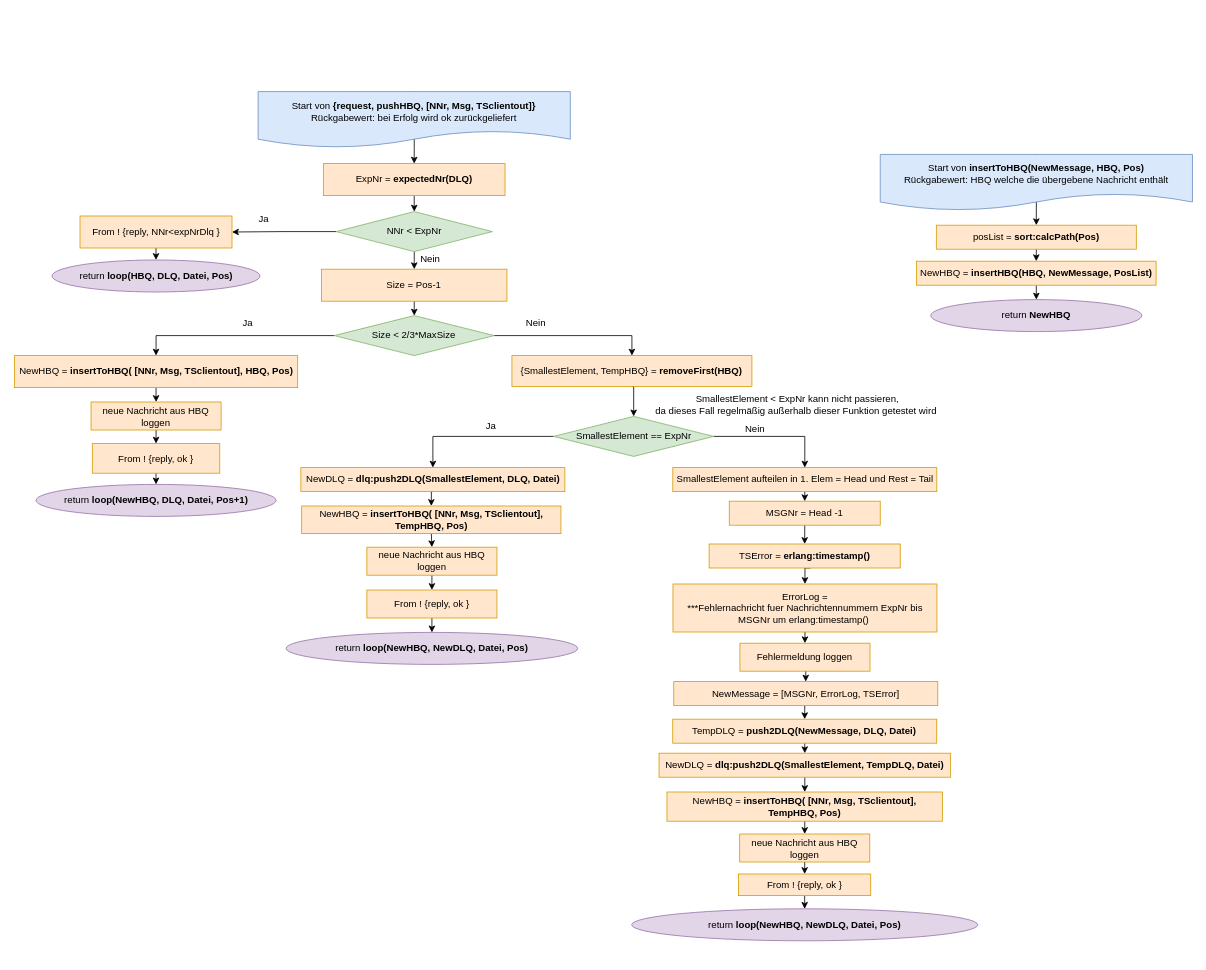
The draw.io diagram Grafiken:Bilder/draw.io/HBQ/2. pushHBQ.drawio in krisschaaf/Hausarbeit_Erlang_Queues, before the edit. Source tidied: cells renumbered, new cells numbered last; positions are measured from the earlier drawing's top-left corner, leaving out a move shared by most shapes. Both pictures are drawn from the tidied source at 80%, with x=0, y=0 at pixel (14, 91).
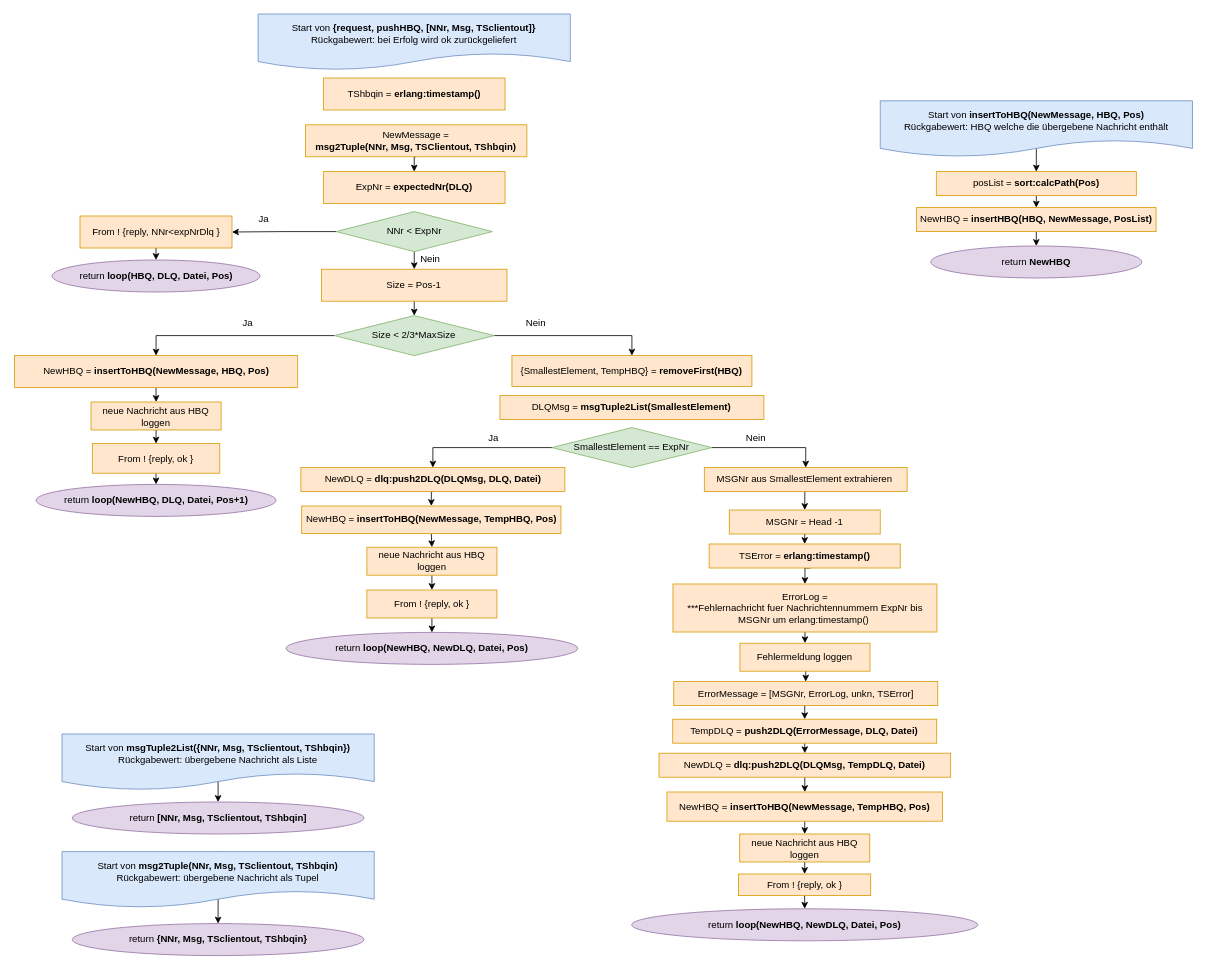
After the change.

The change refers to these unchanged cells:
```xml
<mxCell id="21" value="{SmallestElement, TempHBQ} = &lt;b&gt;removeFirst(HBQ)&lt;/b&gt;" style="rounded=0;whiteSpace=wrap;html=1;fillColor=#ffe6cc;strokeColor=#d79b00;" parent="1" vertex="1">
  <mxGeometry x="622.4" y="330" width="300" height="38.5" as="geometry" />
</mxCell>
<mxCell id="36" value="&lt;span style=&quot;font-weight: 400&quot;&gt;NNr &amp;lt; ExpNr&lt;/span&gt;" style="rhombus;whiteSpace=wrap;html=1;rounded=0;fillColor=#d5e8d4;strokeColor=#82b366;fontStyle=1;" parent="1" vertex="1">
  <mxGeometry x="402.7" y="150" width="195.2" height="50" as="geometry" />
</mxCell>
```

Diff of the diagram source:
```diff
@@
-    <mxCell id="2" style="edgeStyle=orthogonalEdgeStyle;rounded=0;jettySize=auto;html=1;exitX=0.5;exitY=0;exitDx=0;exitDy=0;entryX=0.5;entryY=0;entryDx=0;entryDy=0;" parent="1" edge="1" source="3" target="33">
-      <mxGeometry relative="1" as="geometry">
-        <Array as="points">
-          <mxPoint x="500" y="70" />
-          <mxPoint x="500" y="70" />
-        </Array>
-      </mxGeometry>
-    </mxCell>
     <mxCell id="3" value="Start von &lt;b&gt;{request,&amp;nbsp;pushHBQ, [NNr, Msg, TSclientout]}&lt;/b&gt;&lt;br&gt;Rückgabewert: bei Erfolg wird ok zurückgeliefert" style="shape=document;whiteSpace=wrap;html=1;boundedLbl=1;fillColor=#dae8fc;strokeColor=#6c8ebf;" parent="1" vertex="1">
-      <mxGeometry x="305.1" width="390.3" height="70" as="geometry" />
+      <mxGeometry x="305.1" y="-97" width="390.3" height="70" as="geometry" />
     </mxCell>
@@
-    <mxCell id="6" value="NewHBQ = &lt;b&gt;insertToHBQ( [NNr, Msg, TSclientout], HBQ, Pos)&lt;/b&gt;" style="rounded=0;whiteSpace=wrap;html=1;fillColor=#ffe6cc;strokeColor=#d79b00;" parent="1" vertex="1">
+    <mxCell id="6" value="NewHBQ = &lt;b&gt;insertToHBQ(NewMessage, HBQ, Pos)&lt;/b&gt;" style="rounded=0;whiteSpace=wrap;html=1;fillColor=#ffe6cc;strokeColor=#d79b00;" parent="1" vertex="1">
       <mxGeometry x="0.5" y="330" width="354.1" height="40" as="geometry" />
     </mxCell>
     <mxCell id="7" style="edgeStyle=orthogonalEdgeStyle;rounded=0;jettySize=auto;html=1;exitX=0.5;exitY=0;exitDx=0;exitDy=0;entryX=0.5;entryY=0;entryDx=0;entryDy=0;" parent="1" edge="1" source="8" target="40">
       <mxGeometry relative="1" as="geometry">
         <Array as="points">
-          <mxPoint x="1277.8" y="96" />
-          <mxPoint x="1277.8" y="96" />
+          <mxPoint x="1277.8" y="29" />
+          <mxPoint x="1277.8" y="29" />
         </Array>
       </mxGeometry>
     </mxCell>
     <mxCell id="8" value="Start von &lt;b&gt;insertToHBQ(NewMessage, HBQ, Pos)&lt;/b&gt;&lt;br&gt;Rückgabewert: HBQ welche die übergebene Nachricht enthält" style="shape=document;whiteSpace=wrap;html=1;boundedLbl=1;fillColor=#dae8fc;strokeColor=#6c8ebf;" parent="1" vertex="1">
-      <mxGeometry x="1082.8" y="78.5" width="390.3" height="70" as="geometry" />
+      <mxGeometry x="1082.8" y="11.5" width="390.3" height="70" as="geometry" />
     </mxCell>
@@
     <mxCell id="14" style="edgeStyle=orthogonalEdgeStyle;rounded=0;jettySize=auto;html=1;exitX=0;exitY=0.5;exitDx=0;exitDy=0;entryX=0.5;entryY=0;entryDx=0;entryDy=0;" parent="1" edge="1" source="16" target="18">
-      <mxGeometry relative="1" as="geometry" />
+      <mxGeometry relative="1" as="geometry">
+        <Array as="points">
+          <mxPoint x="524" y="445" />
+        </Array>
+      </mxGeometry>
     </mxCell>
@@
     <mxCell id="16" value="&lt;span style=&quot;font-weight: normal&quot;&gt;SmallestElement == ExpNr&lt;/span&gt;" style="rhombus;whiteSpace=wrap;html=1;rounded=0;fillColor=#d5e8d4;strokeColor=#82b366;fontStyle=1;" parent="1" vertex="1">
-      <mxGeometry x="674.6" y="406" width="200" height="50" as="geometry" />
+      <mxGeometry x="672.4" y="420" width="200" height="50" as="geometry" />
     </mxCell>
@@
-    <mxCell id="18" value="NewDLQ = &lt;b&gt;dlq:push2DLQ(SmallestElement, DLQ, Datei)&lt;/b&gt;" style="rounded=0;whiteSpace=wrap;html=1;fillColor=#ffe6cc;strokeColor=#d79b00;" parent="1" vertex="1">
+    <mxCell id="18" value="NewDLQ = &lt;b&gt;dlq:push2DLQ(DLQMsg, DLQ, Datei)&lt;/b&gt;" style="rounded=0;whiteSpace=wrap;html=1;fillColor=#ffe6cc;strokeColor=#d79b00;" parent="1" vertex="1">
       <mxGeometry x="358.6" y="470" width="330" height="30" as="geometry" />
     </mxCell>
@@
-    <mxCell id="20" style="edgeStyle=orthogonalEdgeStyle;rounded=0;jettySize=auto;html=1;exitX=0.5;exitY=1;exitDx=0;exitDy=0;entryX=0.5;entryY=0;entryDx=0;entryDy=0;" parent="1" edge="1" source="21" target="16">
-      <mxGeometry relative="1" as="geometry" />
-    </mxCell>
@@
     <mxCell id="24" value="MSGNr = Head -1" style="rounded=0;whiteSpace=wrap;html=1;fillColor=#ffe6cc;strokeColor=#d79b00;" parent="1" vertex="1">
-      <mxGeometry x="894.1" y="512" width="188.7" height="30" as="geometry" />
+      <mxGeometry x="894.1" y="523" width="188.7" height="30" as="geometry" />
     </mxCell>
@@
-    <mxCell id="28" value="NewMessage = [MSGNr, ErrorLog, TSError]" style="rounded=0;whiteSpace=wrap;html=1;fillColor=#ffe6cc;strokeColor=#d79b00;" parent="1" vertex="1">
+    <mxCell id="28" value="ErrorMessage = [MSGNr, ErrorLog, unkn, TSError]" style="rounded=0;whiteSpace=wrap;html=1;fillColor=#ffe6cc;strokeColor=#d79b00;" parent="1" vertex="1">
       <mxGeometry x="824.7" y="737.5" width="330" height="30" as="geometry" />
     </mxCell>
@@
-    <mxCell id="30" value="NewDLQ = &lt;b&gt;dlq:push2DLQ(SmallestElement, TempDLQ, Datei)&lt;/b&gt;" style="rounded=0;whiteSpace=wrap;html=1;fillColor=#ffe6cc;strokeColor=#d79b00;" parent="1" vertex="1">
+    <mxCell id="30" value="NewDLQ = &lt;b&gt;dlq:push2DLQ(DLQMsg, TempDLQ, Datei)&lt;/b&gt;" style="rounded=0;whiteSpace=wrap;html=1;fillColor=#ffe6cc;strokeColor=#d79b00;" parent="1" vertex="1">
       <mxGeometry x="806.3" y="827" width="364.5" height="30" as="geometry" />
     </mxCell>
@@
-    <mxCell id="32" style="edgeStyle=orthogonalEdgeStyle;rounded=0;jettySize=auto;html=1;exitX=0.5;exitY=1;exitDx=0;exitDy=0;entryX=0.5;entryY=0;entryDx=0;entryDy=0;" parent="1" edge="1" source="33" target="36">
-      <mxGeometry relative="1" as="geometry" />
-    </mxCell>
     <mxCell id="33" value="ExpNr = &lt;b&gt;expectedNr(DLQ)&lt;/b&gt;" style="rounded=0;whiteSpace=wrap;html=1;fillColor=#ffe6cc;strokeColor=#d79b00;" parent="1" vertex="1">
-      <mxGeometry x="386.7" y="90" width="227.1" height="40" as="geometry" />
+      <mxGeometry x="386.7" y="100" width="227.1" height="40" as="geometry" />
     </mxCell>
@@
     <mxCell id="40" value="posList = &lt;b&gt;sort:calcPath(Pos)&lt;/b&gt;" style="rounded=0;whiteSpace=wrap;html=1;fillColor=#ffe6cc;strokeColor=#d79b00;" parent="1" vertex="1">
-      <mxGeometry x="1152.9" y="167" width="250" height="30" as="geometry" />
+      <mxGeometry x="1152.9" y="100" width="250" height="30" as="geometry" />
     </mxCell>
@@
     <mxCell id="42" value="NewHBQ = &lt;b&gt;insertHBQ(HBQ, NewMessage, PosList)&lt;/b&gt;" style="rounded=0;whiteSpace=wrap;html=1;fillColor=#ffe6cc;strokeColor=#d79b00;" parent="1" vertex="1">
-      <mxGeometry x="1128.1" y="212" width="299.5" height="30" as="geometry" />
+      <mxGeometry x="1128.1" y="145" width="299.5" height="30" as="geometry" />
     </mxCell>
@@
-    <mxCell id="44" value="TempDLQ = &lt;b&gt;push2DLQ(NewMessage, DLQ, Datei)&lt;/b&gt;" style="rounded=0;whiteSpace=wrap;html=1;fillColor=#ffe6cc;strokeColor=#d79b00;" parent="1" vertex="1">
+    <mxCell id="44" value="TempDLQ = &lt;b&gt;push2DLQ(ErrorMessage, DLQ, Datei)&lt;/b&gt;" style="rounded=0;whiteSpace=wrap;html=1;fillColor=#ffe6cc;strokeColor=#d79b00;" parent="1" vertex="1">
       <mxGeometry x="823.4" y="784.5" width="330" height="30" as="geometry" />
     </mxCell>
@@
-    <mxCell id="46" value="NewHBQ = &lt;b&gt;insertToHBQ( [NNr, Msg, TSclientout], TempHBQ, Pos)&lt;/b&gt;" style="rounded=0;whiteSpace=wrap;html=1;fillColor=#ffe6cc;strokeColor=#d79b00;" parent="1" vertex="1">
+    <mxCell id="46" value="NewHBQ = &lt;b&gt;insertToHBQ(NewMessage, TempHBQ, Pos)&lt;/b&gt;" style="rounded=0;whiteSpace=wrap;html=1;fillColor=#ffe6cc;strokeColor=#d79b00;" parent="1" vertex="1">
       <mxGeometry x="359.6" y="518" width="324.1" height="34.5" as="geometry" />
     </mxCell>
@@
-    <mxCell id="48" value="NewHBQ = &lt;b&gt;insertToHBQ( [NNr, Msg, TSclientout], TempHBQ, Pos)&lt;/b&gt;" style="rounded=0;whiteSpace=wrap;html=1;fillColor=#ffe6cc;strokeColor=#d79b00;" parent="1" vertex="1">
+    <mxCell id="48" value="NewHBQ = &lt;b&gt;insertToHBQ(NewMessage, TempHBQ, Pos)&lt;/b&gt;" style="rounded=0;whiteSpace=wrap;html=1;fillColor=#ffe6cc;strokeColor=#d79b00;" parent="1" vertex="1">
       <mxGeometry x="816.2" y="875.5" width="344.5" height="36.5" as="geometry" />
     </mxCell>
     <mxCell id="49" value="return &lt;b&gt;NewHBQ&lt;/b&gt;" style="ellipse;whiteSpace=wrap;html=1;rounded=0;fillColor=#e1d5e7;strokeColor=#9673a6;" parent="1" vertex="1">
-      <mxGeometry x="1146" y="260" width="263.8" height="40" as="geometry" />
+      <mxGeometry x="1146" y="193" width="263.8" height="40" as="geometry" />
     </mxCell>
@@
-    <mxCell id="51" value="SmallestElement aufteilen in 1. Elem = Head und Rest = Tail" style="rounded=0;whiteSpace=wrap;html=1;fillColor=#ffe6cc;strokeColor=#d79b00;" parent="1" vertex="1">
-      <mxGeometry x="823.5" y="470" width="330" height="30" as="geometry" />
+    <mxCell id="51" value="MSGNr aus SmallestElement extrahieren&amp;nbsp;" style="rounded=0;whiteSpace=wrap;html=1;fillColor=#ffe6cc;strokeColor=#d79b00;" parent="1" vertex="1">
+      <mxGeometry x="862.9" y="470" width="253.5" height="30" as="geometry" />
     </mxCell>
@@
     <mxCell id="63" value="Ja" style="text;html=1;align=center;verticalAlign=middle;strokeColor=none;fillColor=none;" parent="1" vertex="1">
-      <mxGeometry x="581.2" y="408" width="30" height="20" as="geometry" />
+      <mxGeometry x="583.8" y="423" width="30" height="20" as="geometry" />
     </mxCell>
     <mxCell id="64" value="Nein" style="text;html=1;align=center;verticalAlign=middle;strokeColor=none;fillColor=none;" parent="1" vertex="1">
-      <mxGeometry x="905.8" y="411.5" width="40" height="20" as="geometry" />
+      <mxGeometry x="907.1" y="423" width="40" height="20" as="geometry" />
     </mxCell>
@@
-    <mxCell id="74" value="SmallestElement &amp;lt; ExpNr kann nicht passieren, &lt;br&gt;da dieses Fall regelmäßig außerhalb dieser Funktion getestet wird&amp;nbsp;" style="text;html=1;align=center;verticalAlign=middle;strokeColor=none;fillColor=none;" parent="1" vertex="1">
-      <mxGeometry x="793.6" y="376" width="370" height="30" as="geometry" />
-    </mxCell>
+    <mxCell id="75" style="edgeStyle=orthogonalEdgeStyle;rounded=0;jettySize=auto;html=1;exitX=0.5;exitY=0;exitDx=0;exitDy=0;entryX=0.5;entryY=0;entryDx=0;entryDy=0;" parent="1" edge="1" source="76" target="77">
+      <mxGeometry relative="1" as="geometry">
+        <Array as="points">
+          <mxPoint x="255.5" y="970" />
+          <mxPoint x="255.5" y="970" />
+        </Array>
+      </mxGeometry>
+    </mxCell>
+    <mxCell id="76" value="Start von &lt;b&gt;msg2Tuple(NNr, Msg, TSclientout, TShbqin)&lt;/b&gt;&lt;br&gt;Rückgabewert: übergebene Nachricht als Tupel" style="shape=document;whiteSpace=wrap;html=1;boundedLbl=1;fillColor=#dae8fc;strokeColor=#6c8ebf;" parent="1" vertex="1">
+      <mxGeometry x="60" y="950" width="390.3" height="70" as="geometry" />
+    </mxCell>
+    <mxCell id="77" value="return &lt;b&gt;{NNr, Msg, TSclientout, TShbqin}&lt;/b&gt;" style="ellipse;whiteSpace=wrap;html=1;rounded=0;fillColor=#e1d5e7;strokeColor=#9673a6;" parent="1" vertex="1">
+      <mxGeometry x="72.8" y="1040" width="364.6" height="40" as="geometry" />
+    </mxCell>
+    <mxCell id="78" style="edgeStyle=orthogonalEdgeStyle;rounded=0;jettySize=auto;html=1;exitX=0.5;exitY=1;exitDx=0;exitDy=0;entryX=0.5;entryY=0;entryDx=0;entryDy=0;" parent="1" edge="1" source="79" target="33">
+      <mxGeometry relative="1" as="geometry" />
+    </mxCell>
+    <mxCell id="79" value="NewMessage = &lt;br&gt;&lt;b&gt;msg2Tuple(NNr, Msg, TSClientout, TShbqin)&lt;/b&gt;" style="rounded=0;whiteSpace=wrap;html=1;fillColor=#ffe6cc;strokeColor=#d79b00;" parent="1" vertex="1">
+      <mxGeometry x="364.3" y="41.5" width="276.8" height="40" as="geometry" />
+    </mxCell>
+    <mxCell id="80" value="TShbqin = &lt;b&gt;erlang:timestamp()&lt;/b&gt;" style="rounded=0;whiteSpace=wrap;html=1;fillColor=#ffe6cc;strokeColor=#d79b00;" parent="1" vertex="1">
+      <mxGeometry x="386.7" y="-17" width="227.1" height="40" as="geometry" />
+    </mxCell>
+    <mxCell id="81" value="DLQMsg = &lt;b&gt;msgTuple2List(SmallestElement)&lt;/b&gt;" style="rounded=0;whiteSpace=wrap;html=1;fillColor=#ffe6cc;strokeColor=#d79b00;" parent="1" vertex="1">
+      <mxGeometry x="607.4" y="380" width="330" height="30" as="geometry" />
+    </mxCell>
+    <mxCell id="82" style="edgeStyle=orthogonalEdgeStyle;rounded=0;jettySize=auto;html=1;exitX=0.5;exitY=0;exitDx=0;exitDy=0;entryX=0.5;entryY=0;entryDx=0;entryDy=0;" parent="1" edge="1" source="83" target="84">
+      <mxGeometry relative="1" as="geometry">
+        <Array as="points">
+          <mxPoint x="255" y="823" />
+          <mxPoint x="255" y="823" />
+        </Array>
+      </mxGeometry>
+    </mxCell>
+    <mxCell id="83" value="Start von &lt;b&gt;msgTuple2List({NNr, Msg, TSclientout, TShbqin})&lt;/b&gt;&lt;br&gt;Rückgabewert: übergebene Nachricht als Liste" style="shape=document;whiteSpace=wrap;html=1;boundedLbl=1;fillColor=#dae8fc;strokeColor=#6c8ebf;" parent="1" vertex="1">
+      <mxGeometry x="60" y="803" width="390.3" height="70" as="geometry" />
+    </mxCell>
+    <mxCell id="84" value="return &lt;b&gt;[NNr, Msg, TSclientout, TShbqin]&lt;/b&gt;" style="ellipse;whiteSpace=wrap;html=1;rounded=0;fillColor=#e1d5e7;strokeColor=#9673a6;" parent="1" vertex="1">
+      <mxGeometry x="72.8" y="888" width="364.6" height="40" as="geometry" />
+    </mxCell>
```
